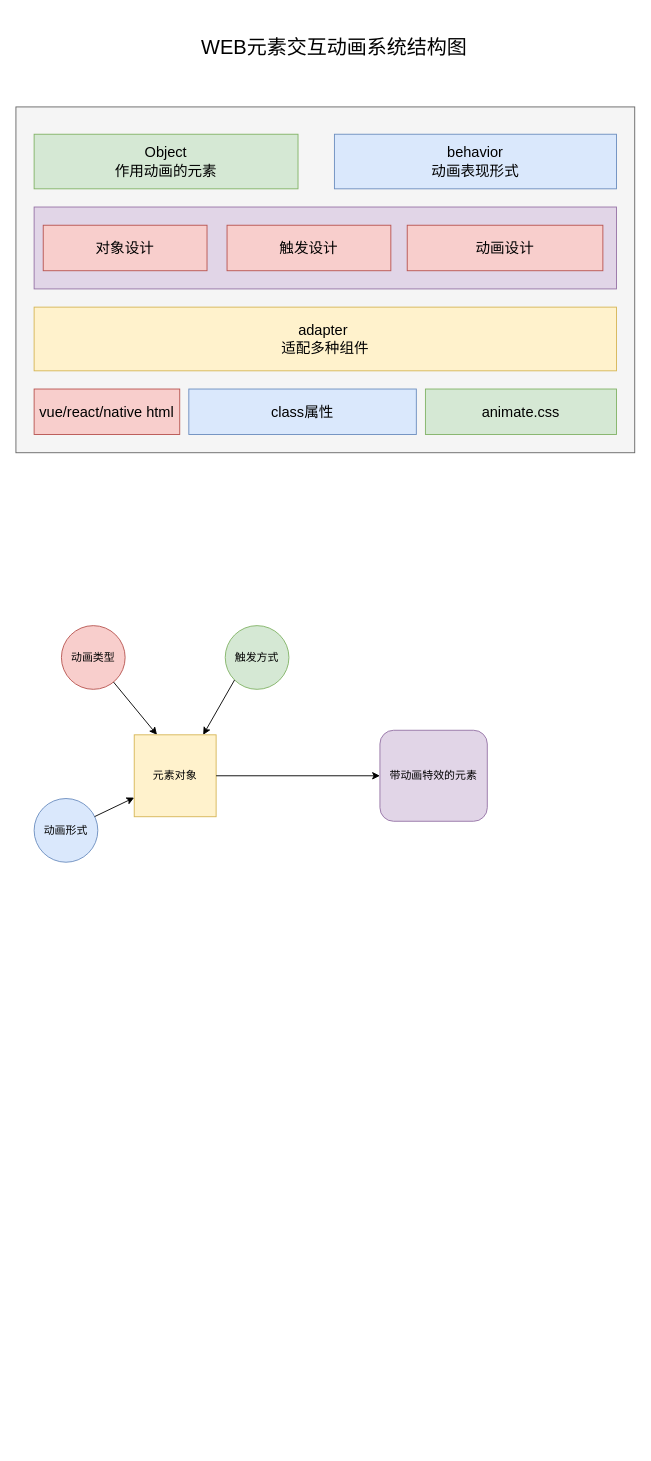
meterXu/drawiofile keeps this draw.io diagram as WEB元素交互动画系统设计.drawio. Above is the earlier version. Source tidied: cells renumbered, new cells numbered last; positions are measured from the earlier drawing's top-left corner, leaving out a move shared by most shapes. Both pictures are drawn from the tidied source at 91%, with x=0, y=0 at pixel (15, 15).
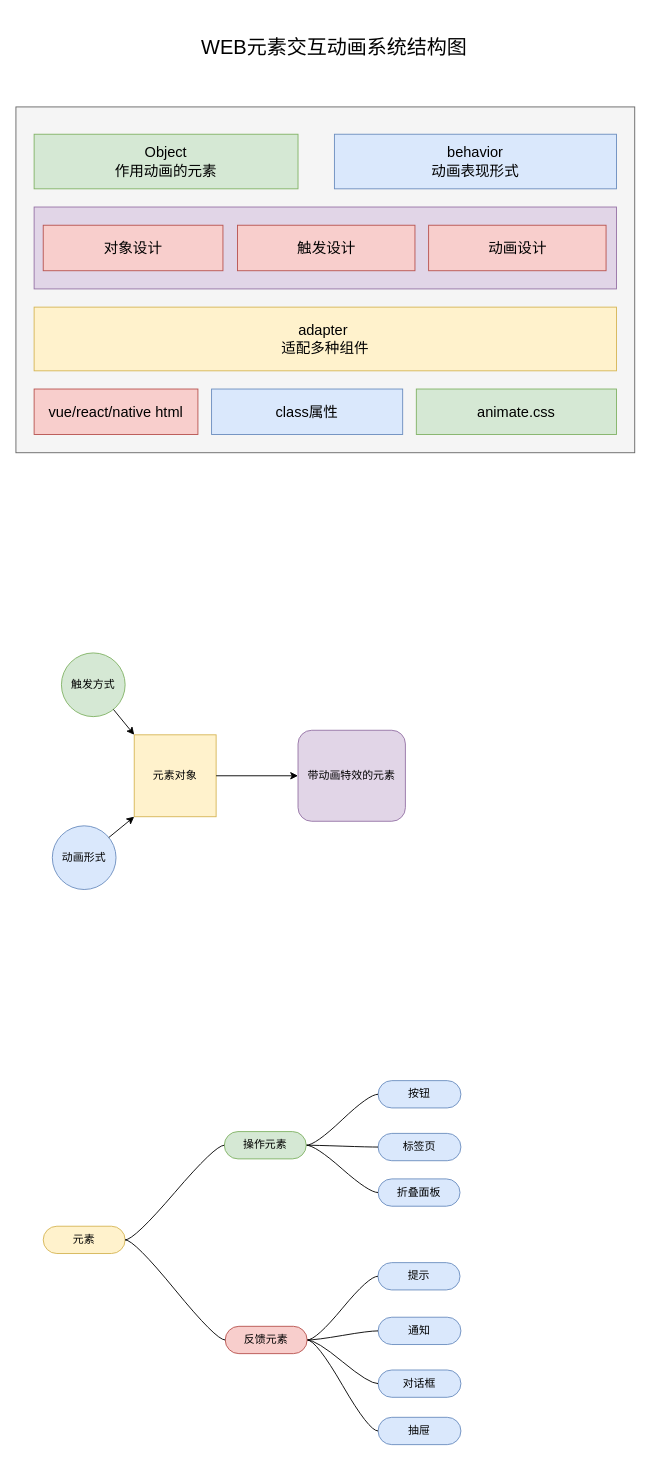
The same page after the edit.

Commit message:
Update WEB元素交互动画系统设计.drawio

Unchanged cells that the change refers to:
```xml
<mxCell id="20" value="元素对象" style="whiteSpace=wrap;html=1;fillColor=#fff2cc;strokeColor=#d6b656;" parent="1" vertex="1">
  <mxGeometry x="130" y="790" width="90" height="90" as="geometry" />
</mxCell>
```

The edit, as a diff of the source:
```diff
@@
     <mxCell id="4" value="&lt;font style=&quot;font-size: 16px&quot;&gt;class属性&lt;/font&gt;" style="rounded=0;whiteSpace=wrap;html=1;fillColor=#dae8fc;strokeColor=#6c8ebf;" parent="1" vertex="1">
-      <mxGeometry x="190" y="410" width="250" height="50" as="geometry" />
+      <mxGeometry x="215" y="410" width="210" height="50" as="geometry" />
     </mxCell>
     <mxCell id="5" value="&lt;font style=&quot;font-size: 16px&quot;&gt;animate.css&lt;/font&gt;" style="rounded=0;whiteSpace=wrap;html=1;fillColor=#d5e8d4;strokeColor=#82b366;" parent="1" vertex="1">
-      <mxGeometry x="450" y="410" width="210" height="50" as="geometry" />
+      <mxGeometry x="440" y="410" width="220" height="50" as="geometry" />
     </mxCell>
@@
     <mxCell id="10" value="&lt;font style=&quot;font-size: 16px&quot;&gt;vue/react/native html&lt;/font&gt;" style="rounded=0;whiteSpace=wrap;html=1;fillColor=#f8cecc;strokeColor=#b85450;" parent="1" vertex="1">
-      <mxGeometry x="20" y="410" width="160" height="50" as="geometry" />
+      <mxGeometry x="20" y="410" width="180" height="50" as="geometry" />
     </mxCell>
     <mxCell id="11" value="&lt;span style=&quot;font-size: 16px&quot;&gt;动画设计&lt;/span&gt;" style="rounded=0;whiteSpace=wrap;html=1;fillColor=#f8cecc;strokeColor=#b85450;" parent="1" vertex="1">
-      <mxGeometry x="430" y="230" width="215" height="50" as="geometry" />
+      <mxGeometry x="453.5" y="230" width="195" height="50" as="geometry" />
     </mxCell>
     <mxCell id="12" value="&lt;span style=&quot;font-size: 16px&quot;&gt;触发设计&lt;/span&gt;" style="rounded=0;whiteSpace=wrap;html=1;fillColor=#f8cecc;strokeColor=#b85450;" parent="1" vertex="1">
-      <mxGeometry x="232" y="230" width="180" height="50" as="geometry" />
+      <mxGeometry x="243.5" y="230" width="195" height="50" as="geometry" />
     </mxCell>
     <mxCell id="13" value="&lt;span style=&quot;font-size: 16px&quot;&gt;对象设计&lt;/span&gt;" style="rounded=0;whiteSpace=wrap;html=1;fillColor=#f8cecc;strokeColor=#b85450;" parent="1" vertex="1">
-      <mxGeometry x="30" y="230" width="180" height="50" as="geometry" />
+      <mxGeometry x="30" y="230" width="197.5" height="50" as="geometry" />
     </mxCell>
     <mxCell id="14" value="触发方式" style="ellipse;whiteSpace=wrap;html=1;fillColor=#d5e8d4;strokeColor=#82b366;" parent="1" vertex="1">
-      <mxGeometry x="230" y="670" width="70" height="70" as="geometry" />
+      <mxGeometry x="50" y="700" width="70" height="70" as="geometry" />
     </mxCell>
-    <mxCell id="15" style="endArrow=classic;html=1;exitX=0;exitY=1;exitDx=0;exitDy=0;" parent="1" edge="1" source="14">
-      <mxGeometry relative="1" as="geometry">
-        <mxPoint x="205.8" y="790" as="targetPoint" />
-      </mxGeometry>
+    <mxCell id="15" style="endArrow=classic;html=1;entryX=0;entryY=0;entryDx=0;entryDy=0;" parent="1" edge="1" source="14" target="20">
+      <mxGeometry relative="1" as="geometry" />
     </mxCell>
-    <mxCell id="16" value="动画类型" style="ellipse;whiteSpace=wrap;html=1;fillColor=#f8cecc;strokeColor=#b85450;" parent="1" vertex="1">
-      <mxGeometry x="50" y="670" width="70" height="70" as="geometry" />
-    </mxCell>
-    <mxCell id="17" style="endArrow=classic;html=1;entryX=0.25;entryY=0;entryDx=0;entryDy=0;" parent="1" edge="1" source="16">
-      <mxGeometry relative="1" as="geometry">
-        <mxPoint x="155" y="790" as="targetPoint" />
-      </mxGeometry>
-    </mxCell>
     <mxCell id="18" value="动画形式" style="ellipse;whiteSpace=wrap;html=1;fillColor=#dae8fc;strokeColor=#6c8ebf;" parent="1" vertex="1">
-      <mxGeometry x="20" y="860" width="70" height="70" as="geometry" />
+      <mxGeometry x="40" y="890" width="70" height="70" as="geometry" />
     </mxCell>
-    <mxCell id="19" style="endArrow=classic;html=1;" parent="1" edge="1" source="18">
-      <mxGeometry relative="1" as="geometry">
-        <mxPoint x="130" y="859" as="targetPoint" />
-      </mxGeometry>
+    <mxCell id="19" style="endArrow=classic;html=1;entryX=0;entryY=1;entryDx=0;entryDy=0;" parent="1" edge="1" source="18" target="20">
+      <mxGeometry relative="1" as="geometry" />
     </mxCell>
@@
     <mxCell id="21" value="带动画特效的元素" style="rounded=1;whiteSpace=wrap;html=1;fillColor=#e1d5e7;strokeColor=#9673a6;" parent="1" vertex="1">
-      <mxGeometry x="400" y="785" width="118" height="100" as="geometry" />
+      <mxGeometry x="310" y="785" width="118" height="100" as="geometry" />
     </mxCell>
@@
+    <mxCell id="23" value="抽屉" style="whiteSpace=wrap;html=1;rounded=1;arcSize=50;align=center;verticalAlign=middle;strokeWidth=1;spacing=4;newEdgeStyle={&quot;edgeStyle&quot;:&quot;entityRelationEdgeStyle&quot;,&quot;startArrow&quot;:&quot;none&quot;,&quot;endArrow&quot;:&quot;none&quot;,&quot;segment&quot;:10,&quot;curved&quot;:1};fillColor=#dae8fc;strokeColor=#6c8ebf;" parent="1" vertex="1">
+      <mxGeometry x="398" y="1540" width="91" height="30" as="geometry" />
+    </mxCell>
+    <mxCell id="24" style="edgeStyle=entityRelationEdgeStyle;startArrow=none;endArrow=none;segment=10;curved=1;exitX=1;exitY=0.5;exitDx=0;exitDy=0;" parent="1" edge="1" source="40" target="23">
+      <mxGeometry relative="1" as="geometry" />
+    </mxCell>
+    <mxCell id="25" value="提示" style="whiteSpace=wrap;html=1;rounded=1;arcSize=50;align=center;verticalAlign=middle;strokeWidth=1;spacing=4;newEdgeStyle={&quot;edgeStyle&quot;:&quot;entityRelationEdgeStyle&quot;,&quot;startArrow&quot;:&quot;none&quot;,&quot;endArrow&quot;:&quot;none&quot;,&quot;segment&quot;:10,&quot;curved&quot;:1};fillColor=#dae8fc;strokeColor=#6c8ebf;" parent="1" vertex="1">
+      <mxGeometry x="397.8" y="1370" width="90.2" height="30" as="geometry" />
+    </mxCell>
+    <mxCell id="26" style="edgeStyle=entityRelationEdgeStyle;startArrow=none;endArrow=none;segment=10;curved=1;exitX=1;exitY=0.5;exitDx=0;exitDy=0;" parent="1" edge="1" source="40" target="25">
+      <mxGeometry relative="1" as="geometry" />
+    </mxCell>
+    <mxCell id="27" value="通知" style="whiteSpace=wrap;html=1;rounded=1;arcSize=50;align=center;verticalAlign=middle;strokeWidth=1;spacing=4;newEdgeStyle={&quot;edgeStyle&quot;:&quot;entityRelationEdgeStyle&quot;,&quot;startArrow&quot;:&quot;none&quot;,&quot;endArrow&quot;:&quot;none&quot;,&quot;segment&quot;:10,&quot;curved&quot;:1};fillColor=#dae8fc;strokeColor=#6c8ebf;" parent="1" vertex="1">
+      <mxGeometry x="398" y="1430" width="91" height="30" as="geometry" />
+    </mxCell>
+    <mxCell id="28" style="edgeStyle=entityRelationEdgeStyle;startArrow=none;endArrow=none;segment=10;curved=1;exitX=1;exitY=0.5;exitDx=0;exitDy=0;" parent="1" edge="1" source="40" target="27">
+      <mxGeometry relative="1" as="geometry" />
+    </mxCell>
+    <mxCell id="29" value="按钮" style="whiteSpace=wrap;html=1;rounded=1;arcSize=50;align=center;verticalAlign=middle;strokeWidth=1;spacing=4;newEdgeStyle={&quot;edgeStyle&quot;:&quot;entityRelationEdgeStyle&quot;,&quot;startArrow&quot;:&quot;none&quot;,&quot;endArrow&quot;:&quot;none&quot;,&quot;segment&quot;:10,&quot;curved&quot;:1};fillColor=#dae8fc;strokeColor=#6c8ebf;" parent="1" vertex="1">
+      <mxGeometry x="398" y="1170" width="91" height="30" as="geometry" />
+    </mxCell>
+    <mxCell id="30" style="edgeStyle=entityRelationEdgeStyle;startArrow=none;endArrow=none;segment=10;curved=1;exitX=1;exitY=0.5;exitDx=0;exitDy=0;" parent="1" edge="1" source="38" target="29">
+      <mxGeometry relative="1" as="geometry" />
+    </mxCell>
+    <mxCell id="31" value="标签页" style="whiteSpace=wrap;html=1;rounded=1;arcSize=50;align=center;verticalAlign=middle;strokeWidth=1;spacing=4;newEdgeStyle={&quot;edgeStyle&quot;:&quot;entityRelationEdgeStyle&quot;,&quot;startArrow&quot;:&quot;none&quot;,&quot;endArrow&quot;:&quot;none&quot;,&quot;segment&quot;:10,&quot;curved&quot;:1};fillColor=#dae8fc;strokeColor=#6c8ebf;" parent="1" vertex="1">
+      <mxGeometry x="398" y="1228" width="91" height="30" as="geometry" />
+    </mxCell>
+    <mxCell id="32" style="edgeStyle=entityRelationEdgeStyle;startArrow=none;endArrow=none;segment=10;curved=1;exitX=1;exitY=0.5;exitDx=0;exitDy=0;" parent="1" edge="1" source="38" target="31">
+      <mxGeometry relative="1" as="geometry" />
+    </mxCell>
+    <mxCell id="33" value="折叠面板" style="whiteSpace=wrap;html=1;rounded=1;arcSize=50;align=center;verticalAlign=middle;strokeWidth=1;spacing=4;newEdgeStyle={&quot;edgeStyle&quot;:&quot;entityRelationEdgeStyle&quot;,&quot;startArrow&quot;:&quot;none&quot;,&quot;endArrow&quot;:&quot;none&quot;,&quot;segment&quot;:10,&quot;curved&quot;:1};fillColor=#dae8fc;strokeColor=#6c8ebf;" parent="1" vertex="1">
+      <mxGeometry x="398" y="1278" width="90" height="30" as="geometry" />
+    </mxCell>
+    <mxCell id="34" style="edgeStyle=entityRelationEdgeStyle;startArrow=none;endArrow=none;segment=10;curved=1;exitX=1;exitY=0.5;exitDx=0;exitDy=0;" parent="1" edge="1" source="38" target="33">
+      <mxGeometry relative="1" as="geometry" />
+    </mxCell>
+    <mxCell id="35" value="对话框" style="whiteSpace=wrap;html=1;rounded=1;arcSize=50;align=center;verticalAlign=middle;strokeWidth=1;spacing=4;newEdgeStyle={&quot;edgeStyle&quot;:&quot;entityRelationEdgeStyle&quot;,&quot;startArrow&quot;:&quot;none&quot;,&quot;endArrow&quot;:&quot;none&quot;,&quot;segment&quot;:10,&quot;curved&quot;:1};fillColor=#dae8fc;strokeColor=#6c8ebf;" parent="1" vertex="1">
+      <mxGeometry x="398" y="1488" width="91" height="30" as="geometry" />
+    </mxCell>
+    <mxCell id="36" style="edgeStyle=entityRelationEdgeStyle;startArrow=none;endArrow=none;segment=10;curved=1;exitX=1;exitY=0.5;exitDx=0;exitDy=0;" parent="1" edge="1" source="40" target="35">
+      <mxGeometry relative="1" as="geometry" />
+    </mxCell>
+    <mxCell id="37" value="元素" style="whiteSpace=wrap;html=1;rounded=1;arcSize=50;align=center;verticalAlign=middle;strokeWidth=1;spacing=4;newEdgeStyle={&quot;edgeStyle&quot;:&quot;entityRelationEdgeStyle&quot;,&quot;startArrow&quot;:&quot;none&quot;,&quot;endArrow&quot;:&quot;none&quot;,&quot;segment&quot;:10,&quot;curved&quot;:1};fillColor=#fff2cc;strokeColor=#d6b656;" parent="1" vertex="1">
+      <mxGeometry x="30" y="1330" width="90" height="30" as="geometry" />
+    </mxCell>
+    <mxCell id="38" value="操作元素" style="whiteSpace=wrap;html=1;rounded=1;arcSize=50;align=center;verticalAlign=middle;strokeWidth=1;spacing=4;newEdgeStyle={&quot;edgeStyle&quot;:&quot;entityRelationEdgeStyle&quot;,&quot;startArrow&quot;:&quot;none&quot;,&quot;endArrow&quot;:&quot;none&quot;,&quot;segment&quot;:10,&quot;curved&quot;:1};fillColor=#d5e8d4;strokeColor=#82b366;" parent="1" vertex="1">
+      <mxGeometry x="229" y="1226" width="90" height="30" as="geometry" />
+    </mxCell>
+    <mxCell id="39" style="edgeStyle=entityRelationEdgeStyle;startArrow=none;endArrow=none;segment=10;curved=1;shadow=0;exitX=1;exitY=0.5;exitDx=0;exitDy=0;" parent="1" edge="1" source="37" target="38">
+      <mxGeometry relative="1" as="geometry" />
+    </mxCell>
+    <mxCell id="40" value="反馈元素" style="whiteSpace=wrap;html=1;rounded=1;arcSize=50;align=center;verticalAlign=middle;strokeWidth=1;spacing=4;newEdgeStyle={&quot;edgeStyle&quot;:&quot;entityRelationEdgeStyle&quot;,&quot;startArrow&quot;:&quot;none&quot;,&quot;endArrow&quot;:&quot;none&quot;,&quot;segment&quot;:10,&quot;curved&quot;:1};fillColor=#f8cecc;strokeColor=#b85450;" parent="1" vertex="1">
+      <mxGeometry x="230" y="1440" width="90" height="30" as="geometry" />
+    </mxCell>
+    <mxCell id="41" style="edgeStyle=entityRelationEdgeStyle;startArrow=none;endArrow=none;segment=10;curved=1;shadow=0;" parent="1" edge="1" target="40">
+      <mxGeometry relative="1" as="geometry">
+        <mxPoint x="120" y="1345" as="sourcePoint" />
+      </mxGeometry>
+    </mxCell>
```
